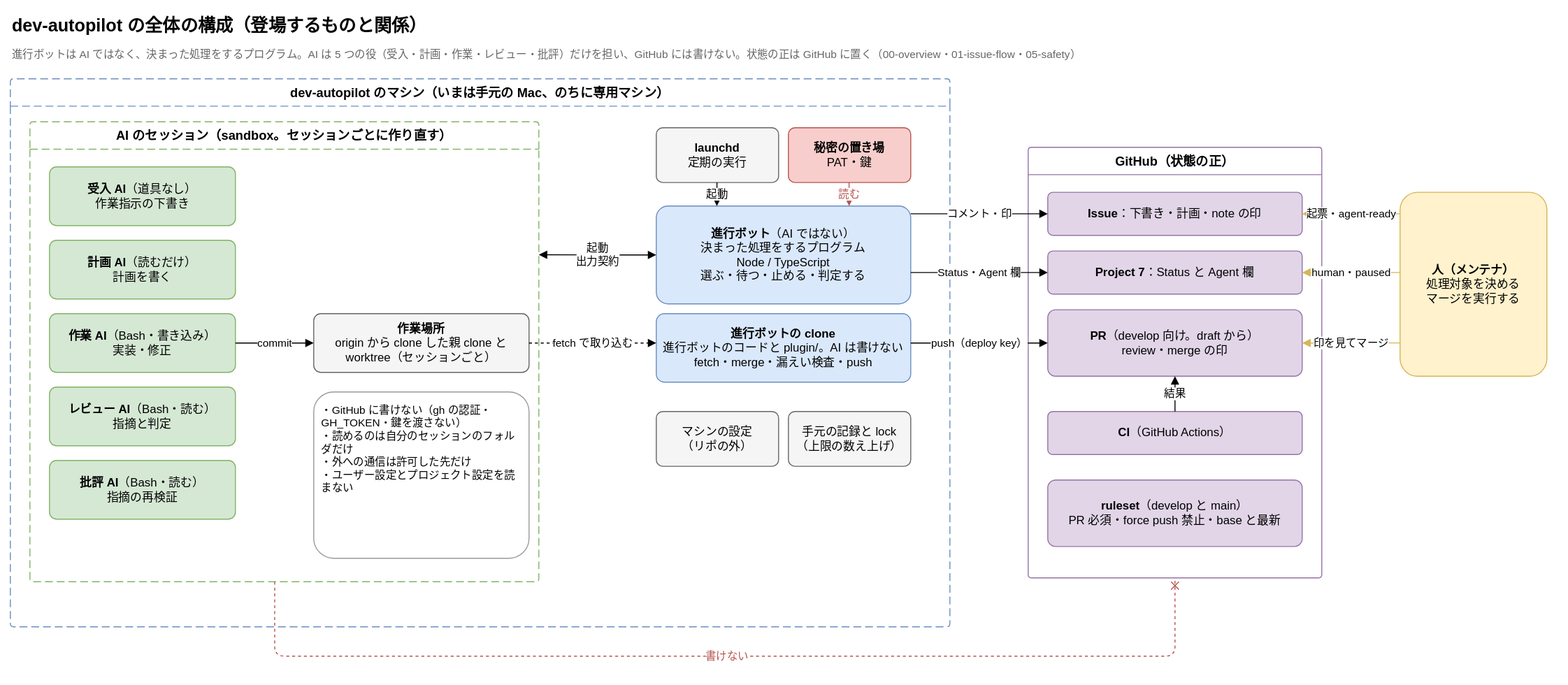
Above: dev-autopilot/docs/diagrams/overview.drawio.svg in Joymerrevent/business-os (draw.io), before the change. Source tidied: cells renumbered, new cells last; positions are measured from the earlier drawing's top-left corner, leaving out a move shared by most shapes.
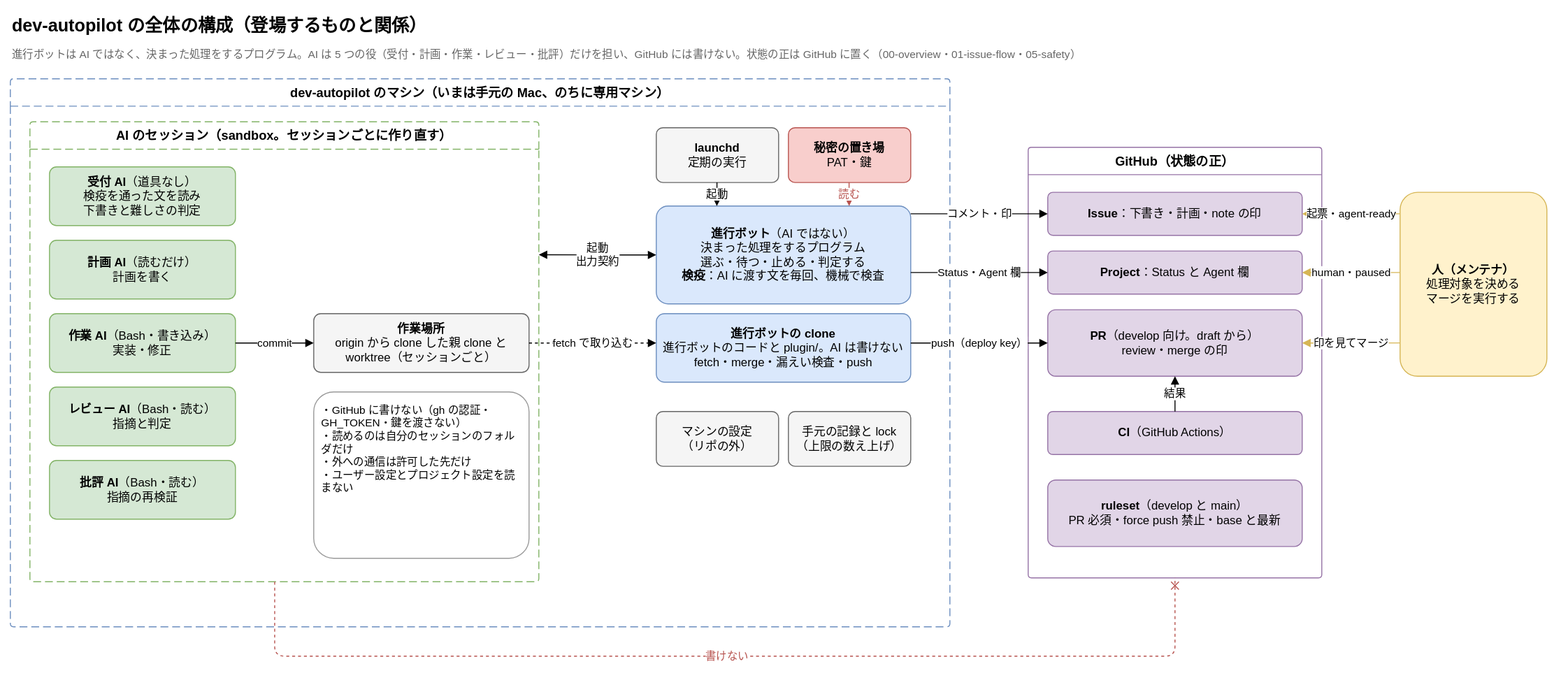
After the commit.

Commit message:
docs(dev-autopilot): 全体の構成の図に検疫は進行ボットが行うと書き、受付 AI と Project の番号を直す

- 全体の構成：進行ボットの箱に「検疫：AI に渡す文を毎回、機械で検査」を足す。
  受付 AI の箱は「検疫を通った文を読み、下書きと難しさの判定」にする（検疫は AI でなく
  進行ボットが行い、見つかれば受付 AI は起動しないことが図だけで読めるように）
- Issue の流れ：受付 AI の箱に「検疫を通った文から」を足す
- Project の番号（7）を図から外す
- 受入 AI → 受付 AI（図と README）

What changed in the source:
```diff
@@ -5,7 +5,7 @@
     <mxCell id="2" value="dev-autopilot の全体の構成（登場するものと関係）" style="text;html=1;whiteSpace=wrap;align=left;verticalAlign=middle;fontSize=18;fontStyle=1;" parent="1" vertex="1">
       <mxGeometry width="900" height="32" as="geometry" />
     </mxCell>
-    <mxCell id="3" value="進行ボットは AI ではなく、決まった処理をするプログラム。AI は 5 つの役（受入・計画・作業・レビュー・批評）だけを担い、GitHub には書けない。状態の正は GitHub に置く（00-overview・01-issue-flow・05-safety）" style="text;html=1;whiteSpace=wrap;align=left;verticalAlign=top;fontSize=11;fontColor=#666666;" parent="1" vertex="1">
+    <mxCell id="3" value="進行ボットは AI ではなく、決まった処理をするプログラム。AI は 5 つの役（受付・計画・作業・レビュー・批評）だけを担い、GitHub には書けない。状態の正は GitHub に置く（00-overview・01-issue-flow・05-safety）" style="text;html=1;whiteSpace=wrap;align=left;verticalAlign=top;fontSize=11;fontColor=#666666;" parent="1" vertex="1">
       <mxGeometry y="32" width="1440" height="22" as="geometry" />
     </mxCell>
     <mxCell id="4" value="dev-autopilot のマシン（いまは手元の Mac、のちに専用マシン）" style="swimlane;startSize=28;html=1;whiteSpace=wrap;rounded=1;arcSize=4;dashed=1;dashPattern=8 4;fontStyle=1;fontSize=13;strokeColor=#6c8ebf;fillColor=none;swimlaneFillColor=none;" parent="1" vertex="1">
@@ -14,7 +14,7 @@
     <mxCell id="5" value="AI のセッション（sandbox。セッションごとに作り直す）" style="swimlane;startSize=28;html=1;whiteSpace=wrap;rounded=1;arcSize=4;dashed=1;dashPattern=8 4;fontStyle=1;fontSize=13;strokeColor=#82b366;fillColor=none;swimlaneFillColor=none;" parent="4" vertex="1">
       <mxGeometry x="20" y="44" width="520" height="470" as="geometry" />
     </mxCell>
-    <mxCell id="6" value="&lt;b&gt;受入 AI&lt;/b&gt;（道具なし）&lt;br&gt;作業指示の下書き" style="rounded=1;whiteSpace=wrap;html=1;fontSize=12;arcSize=12;fillColor=#d5e8d4;strokeColor=#82b366;" parent="5" vertex="1">
+    <mxCell id="6" value="&lt;b&gt;受付 AI&lt;/b&gt;（道具なし）&lt;br&gt;検疫を通った文を読み&lt;br&gt;下書きと難しさの判定" style="rounded=1;whiteSpace=wrap;html=1;fontSize=12;arcSize=12;fillColor=#d5e8d4;strokeColor=#82b366;" parent="5" vertex="1">
       <mxGeometry x="20" y="46" width="190" height="60" as="geometry" />
     </mxCell>
     <mxCell id="7" value="&lt;b&gt;計画 AI&lt;/b&gt;（読むだけ）&lt;br&gt;計画を書く" style="rounded=1;whiteSpace=wrap;html=1;fontSize=12;arcSize=12;fillColor=#d5e8d4;strokeColor=#82b366;" parent="5" vertex="1">
@@ -41,7 +41,7 @@
     <mxCell id="14" value="&lt;b&gt;秘密の置き場&lt;/b&gt;&lt;br&gt;PAT・鍵" style="rounded=1;whiteSpace=wrap;html=1;fontSize=12;arcSize=12;fillColor=#f8cecc;strokeColor=#b85450;" parent="1" vertex="1">
       <mxGeometry x="795" y="120" width="125" height="56" as="geometry" />
     </mxCell>
-    <mxCell id="15" value="&lt;b&gt;進行ボット&lt;/b&gt;（AI ではない）&lt;br&gt;決まった処理をするプログラム&lt;br&gt;Node / TypeScript&lt;br&gt;選ぶ・待つ・止める・判定する" style="rounded=1;whiteSpace=wrap;html=1;fontSize=12;arcSize=12;fillColor=#dae8fc;strokeColor=#6c8ebf;" parent="1" vertex="1">
+    <mxCell id="15" value="&lt;b&gt;進行ボット&lt;/b&gt;（AI ではない）&lt;br&gt;決まった処理をするプログラム&lt;br&gt;選ぶ・待つ・止める・判定する&lt;br&gt;&lt;b&gt;検疫&lt;/b&gt;：AI に渡す文を毎回、機械で検査" style="rounded=1;whiteSpace=wrap;html=1;fontSize=12;arcSize=12;fillColor=#dae8fc;strokeColor=#6c8ebf;" parent="1" vertex="1">
       <mxGeometry x="660" y="200" width="260" height="100" as="geometry" />
     </mxCell>
     <mxCell id="16" value="&lt;b&gt;進行ボットの clone&lt;/b&gt;&lt;br&gt;進行ボットのコードと plugin/。AI は書けない&lt;br&gt;fetch・merge・漏えい検査・push" style="rounded=1;whiteSpace=wrap;html=1;fontSize=12;arcSize=12;fillColor=#dae8fc;strokeColor=#6c8ebf;" parent="1" vertex="1">
@@ -59,7 +59,7 @@
     <mxCell id="20" value="&lt;b&gt;Issue&lt;/b&gt;：下書き・計画・note の印" style="rounded=1;whiteSpace=wrap;html=1;fontSize=12;arcSize=12;fillColor=#e1d5e7;strokeColor=#9673a6;" parent="19" vertex="1">
       <mxGeometry x="20" y="46" width="260" height="44" as="geometry" />
     </mxCell>
-    <mxCell id="21" value="&lt;b&gt;Project 7&lt;/b&gt;：Status と Agent 欄" style="rounded=1;whiteSpace=wrap;html=1;fontSize=12;arcSize=12;fillColor=#e1d5e7;strokeColor=#9673a6;" parent="19" vertex="1">
+    <mxCell id="21" value="&lt;b&gt;Project&lt;/b&gt;：Status と Agent 欄" style="rounded=1;whiteSpace=wrap;html=1;fontSize=12;arcSize=12;fillColor=#e1d5e7;strokeColor=#9673a6;" parent="19" vertex="1">
       <mxGeometry x="20" y="106" width="260" height="44" as="geometry" />
     </mxCell>
     <mxCell id="22" value="&lt;b&gt;PR&lt;/b&gt;（develop 向け。draft から）&lt;br&gt;review・merge の印" style="rounded=1;whiteSpace=wrap;html=1;fontSize=12;arcSize=12;fillColor=#e1d5e7;strokeColor=#9673a6;" parent="19" vertex="1">
```
